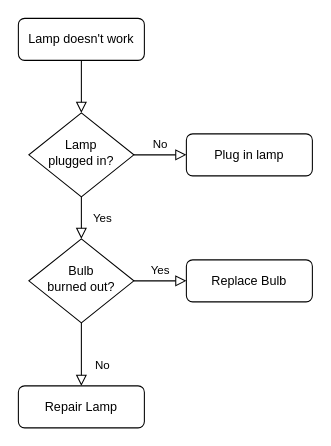
Earlier version of the draw.io diagram Untitled Diagram.drawio (geo-deyi/dataflow). Source tidied: cells renumbered, new cells numbered last; positions are measured from the earlier drawing's top-left corner, leaving out a move shared by most shapes. Both pictures are drawn from the tidied source at 105%, with x=0, y=0 at pixel (18, 18).
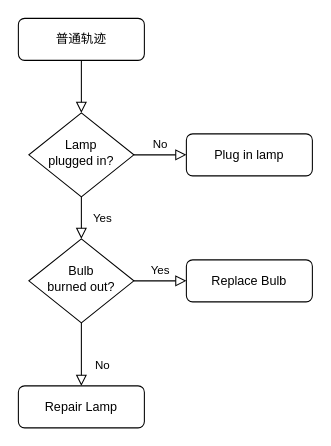
The same diagram, later.

Commit message:
详细轨迹订单分析

Change to the diagram source:
```diff
@@
 <mxGraphModel>
   <root>
     <mxCell id="0" />
     <mxCell id="1" parent="0" />
     <mxCell id="2" style="rounded=0;html=1;jettySize=auto;fontSize=11;endArrow=block;endFill=0;endSize=8;strokeWidth=1;shadow=0;labelBackgroundColor=none;edgeStyle=orthogonalEdgeStyle;" parent="1" edge="1" source="3" target="6">
       <mxGeometry relative="1" as="geometry" />
     </mxCell>
-    <mxCell id="3" value="Lamp doesn't work" style="rounded=1;whiteSpace=wrap;html=1;fontSize=12;glass=0;strokeWidth=1;shadow=0;" parent="1" vertex="1">
+    <mxCell id="3" value="普通轨迹" style="rounded=1;whiteSpace=wrap;html=1;fontSize=12;glass=0;strokeWidth=1;shadow=0;" parent="1" vertex="1">
       <mxGeometry width="120" height="40" as="geometry" />
     </mxCell>
     <mxCell id="4" value="Yes" style="rounded=0;html=1;jettySize=auto;fontSize=11;endArrow=block;endFill=0;endSize=8;strokeWidth=1;shadow=0;labelBackgroundColor=none;edgeStyle=orthogonalEdgeStyle;" parent="1" edge="1" source="6" target="10">
       <mxGeometry y="20" relative="1" as="geometry" />
     </mxCell>
     <mxCell id="5" value="No" style="edgeStyle=orthogonalEdgeStyle;rounded=0;html=1;jettySize=auto;fontSize=11;endArrow=block;endFill=0;endSize=8;strokeWidth=1;shadow=0;labelBackgroundColor=none;" parent="1" edge="1" source="6" target="7">
       <mxGeometry y="10" relative="1" as="geometry" />
     </mxCell>
     <mxCell id="6" value="Lamp&lt;br&gt;plugged in?" style="rhombus;whiteSpace=wrap;html=1;shadow=0;fontFamily=Helvetica;fontSize=12;align=center;strokeWidth=1;spacing=6;spacingTop=-4;" parent="1" vertex="1">
       <mxGeometry x="10" y="90" width="100" height="80" as="geometry" />
     </mxCell>
     <mxCell id="7" value="Plug in lamp" style="rounded=1;whiteSpace=wrap;html=1;fontSize=12;glass=0;strokeWidth=1;shadow=0;" parent="1" vertex="1">
       <mxGeometry x="160" y="110" width="120" height="40" as="geometry" />
     </mxCell>
     <mxCell id="8" value="No" style="rounded=0;html=1;jettySize=auto;fontSize=11;endArrow=block;endFill=0;endSize=8;strokeWidth=1;shadow=0;labelBackgroundColor=none;edgeStyle=orthogonalEdgeStyle;" parent="1" edge="1" source="10" target="11">
       <mxGeometry x="0.33" y="20" relative="1" as="geometry" />
     </mxCell>
     <mxCell id="9" value="Yes" style="edgeStyle=orthogonalEdgeStyle;rounded=0;html=1;jettySize=auto;fontSize=11;endArrow=block;endFill=0;endSize=8;strokeWidth=1;shadow=0;labelBackgroundColor=none;" parent="1" edge="1" source="10" target="12">
       <mxGeometry y="10" relative="1" as="geometry" />
     </mxCell>
     <mxCell id="10" value="Bulb&lt;br&gt;burned out?" style="rhombus;whiteSpace=wrap;html=1;shadow=0;fontFamily=Helvetica;fontSize=12;align=center;strokeWidth=1;spacing=6;spacingTop=-4;" parent="1" vertex="1">
       <mxGeometry x="10" y="210" width="100" height="80" as="geometry" />
     </mxCell>
     <mxCell id="11" value="Repair Lamp" style="rounded=1;whiteSpace=wrap;html=1;fontSize=12;glass=0;strokeWidth=1;shadow=0;" parent="1" vertex="1">
       <mxGeometry y="350" width="120" height="40" as="geometry" />
     </mxCell>
     <mxCell id="12" value="Replace Bulb" style="rounded=1;whiteSpace=wrap;html=1;fontSize=12;glass=0;strokeWidth=1;shadow=0;" parent="1" vertex="1">
       <mxGeometry x="160" y="230" width="120" height="40" as="geometry" />
     </mxCell>
   </root>
 </mxGraphModel>
```
